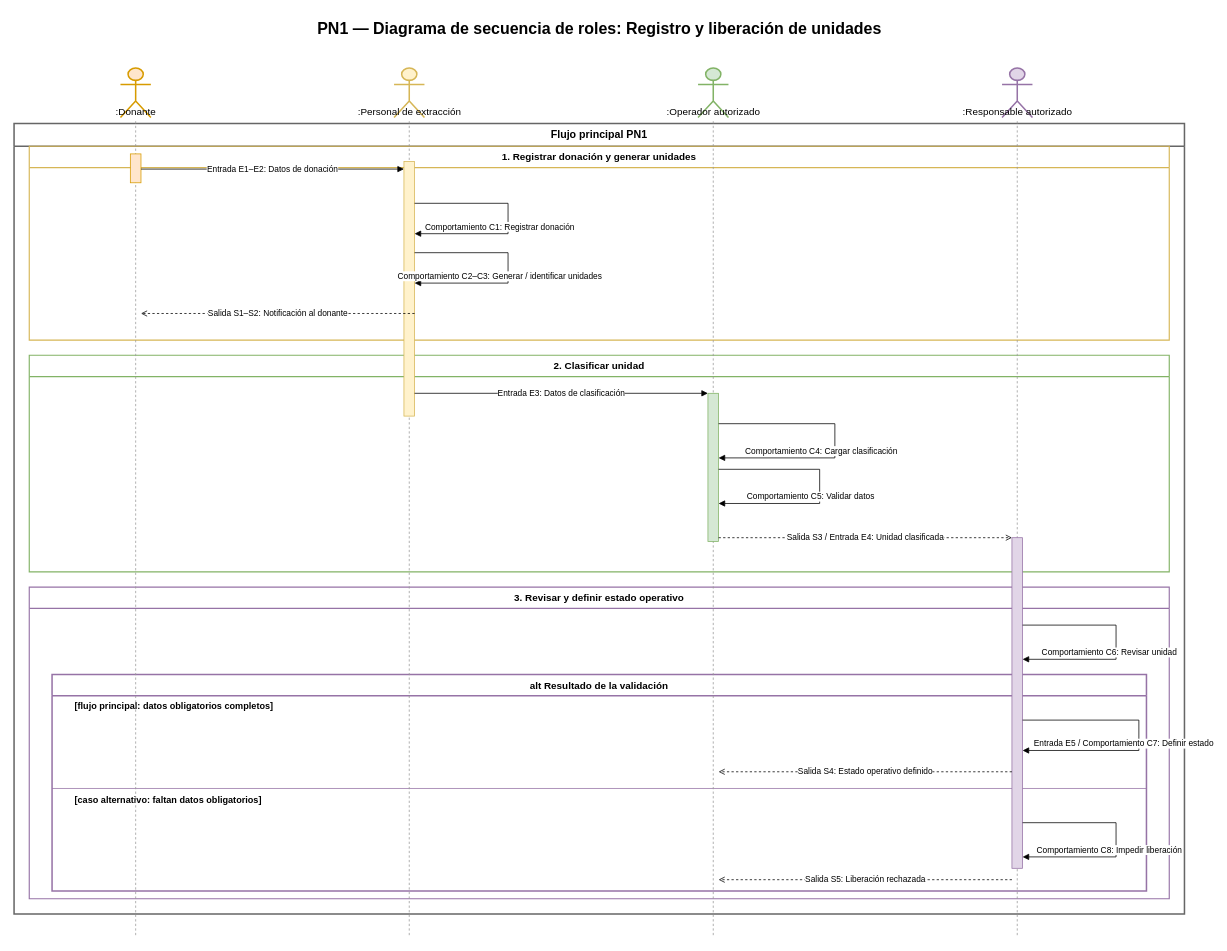
Earlier version of the draw.io diagram Diagramas/Secuencia de Roles/PN1_DiagramaSecuenciaRoles.drawio (juanNH/Ingenieria-de-Software). Source tidied: cells renumbered, new cells numbered last; positions are measured from the earlier drawing's top-left corner, leaving out a move shared by most shapes. Both pictures are drawn from the tidied source at 76%, with x=0, y=0 at pixel (14, 13).
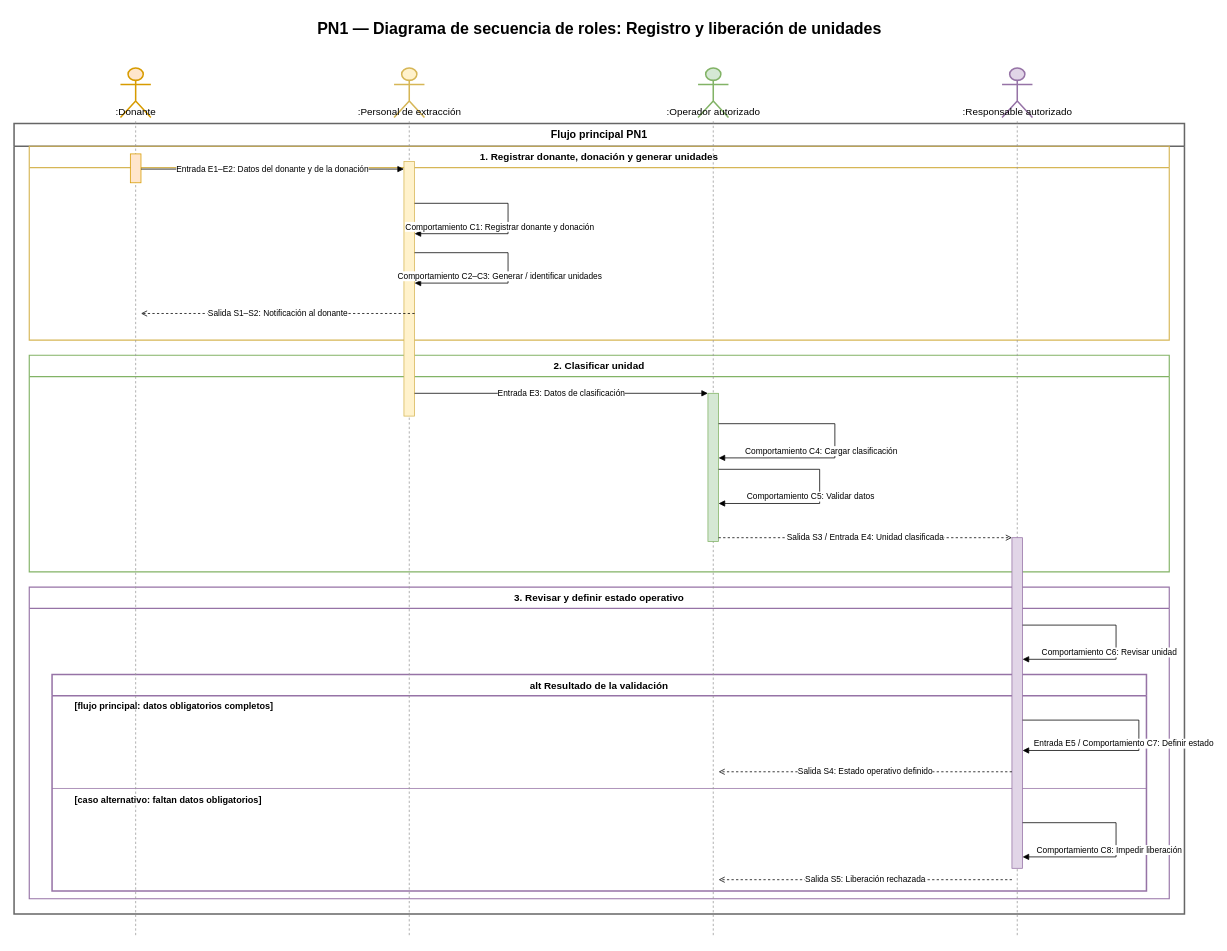
After the change.

The edit, as a diff of the source:
```diff
@@
-    <mxCell id="4" value="1. Registrar donación y generar unidades" style="swimlane;startSize=28;horizontal=1;whiteSpace=wrap;html=1;fillColor=none;strokeColor=#d6b656;strokeWidth=1.5;fontStyle=1;fontSize=13;fontFamily=Arial;" parent="1" vertex="1">
+    <mxCell id="4" value="1. Registrar donante, donación y generar unidades" style="swimlane;startSize=28;horizontal=1;whiteSpace=wrap;html=1;fillColor=none;strokeColor=#d6b656;strokeWidth=1.5;fontStyle=1;fontSize=13;fontFamily=Arial;" parent="1" vertex="1">
       <mxGeometry x="20" y="175" width="1500" height="255" as="geometry" />
     </mxCell>
@@
-    <mxCell id="27" value="Entrada E1–E2: Datos de donación" style="endArrow=block;html=1;rounded=0;fontSize=11;fontFamily=Arial;labelBackgroundColor=#ffffff;" parent="1" edge="1">
+    <mxCell id="27" value="Entrada E1–E2: Datos del donante y de la donación" style="endArrow=block;html=1;rounded=0;fontSize=11;fontFamily=Arial;labelBackgroundColor=#ffffff;" parent="1" edge="1">
       <mxGeometry relative="1" as="geometry">
         <mxPoint x="167" y="205" as="sourcePoint" />
         <mxPoint x="513" y="205" as="targetPoint" />
       </mxGeometry>
     </mxCell>
-    <mxCell id="28" value="Comportamiento C1: Registrar donación" style="endArrow=block;html=1;rounded=0;fontSize=11;fontFamily=Arial;labelBackgroundColor=#ffffff;" parent="1" edge="1">
+    <mxCell id="28" value="Comportamiento C1: Registrar donante y donación" style="endArrow=block;html=1;rounded=0;fontSize=11;fontFamily=Arial;labelBackgroundColor=#ffffff;" parent="1" edge="1">
       <mxGeometry x="0.3" y="-1" relative="1" as="geometry">
         <mxPoint x="527" y="250" as="sourcePoint" />
         <mxPoint x="527" y="290" as="targetPoint" />
         <Array as="points">
           <mxPoint x="650" y="250" />
           <mxPoint x="650" y="290" />
         </Array>
         <mxPoint x="12" y="-8" as="offset" />
       </mxGeometry>
     </mxCell>
```
